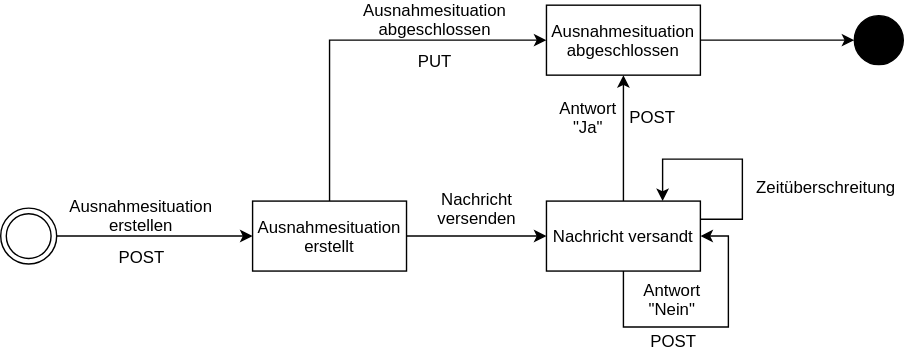
Before: zustandsdiagramm.svg, a diagram exported from draw.io (Archi-Lab-FAE/fae-team-3-documentation). Source tidied: cells renumbered, new cells last; positions are measured from the earlier drawing's top-left corner, leaving out a move shared by most shapes.
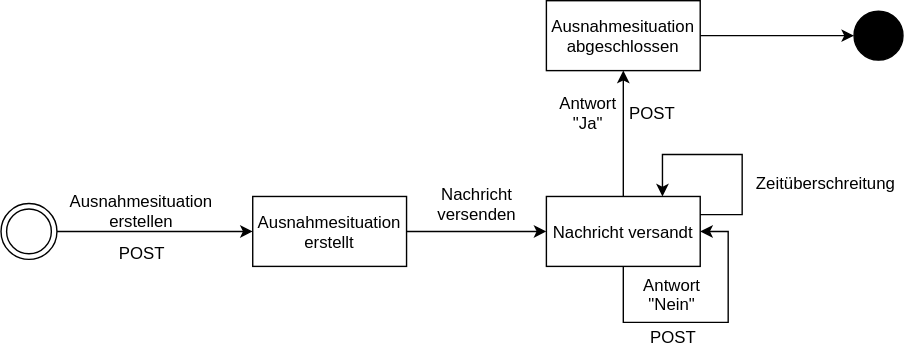
Later version of the same file.

Commit message:
zustandsdiagramm aktualisiert

Change to the diagram source:
```diff
@@ -2,13 +2,6 @@
   <root>
     <mxCell id="0" />
     <mxCell id="1" parent="0" />
-    <mxCell id="2" style="edgeStyle=orthogonalEdgeStyle;rounded=0;jettySize=auto;html=1;entryX=0;entryY=0.5;entryDx=0;entryDy=0;" parent="1" edge="1" source="4" target="8">
-      <mxGeometry relative="1" as="geometry">
-        <Array as="points">
-          <mxPoint x="235" y="25" />
-        </Array>
-      </mxGeometry>
-    </mxCell>
     <mxCell id="3" style="edgeStyle=orthogonalEdgeStyle;rounded=0;jettySize=auto;html=1;entryX=0;entryY=0.5;entryDx=0;entryDy=0;" parent="1" edge="1" source="4" target="10">
       <mxGeometry relative="1" as="geometry" />
     </mxCell>
@@ -48,12 +41,6 @@
     <mxCell id="13" value="POST" style="text;html=1;strokeColor=none;fillColor=none;align=center;verticalAlign=middle;whiteSpace=wrap;rounded=0;" parent="1" vertex="1">
       <mxGeometry x="80" y="170" width="40" height="20" as="geometry" />
     </mxCell>
-    <mxCell id="14" value="Ausnahmesituation abgeschlossen" style="text;html=1;strokeColor=none;fillColor=none;align=center;verticalAlign=middle;whiteSpace=wrap;rounded=0;" parent="1" vertex="1">
-      <mxGeometry x="290" width="40" height="20" as="geometry" />
-    </mxCell>
-    <mxCell id="15" value="PUT" style="text;html=1;strokeColor=none;fillColor=none;align=center;verticalAlign=middle;whiteSpace=wrap;rounded=0;" parent="1" vertex="1">
-      <mxGeometry x="290" y="30" width="40" height="20" as="geometry" />
-    </mxCell>
     <mxCell id="16" value="Nachricht versenden" style="text;html=1;strokeColor=none;fillColor=none;align=center;verticalAlign=middle;whiteSpace=wrap;rounded=0;" parent="1" vertex="1">
       <mxGeometry x="320" y="135" width="40" height="20" as="geometry" />
     </mxCell>
```
